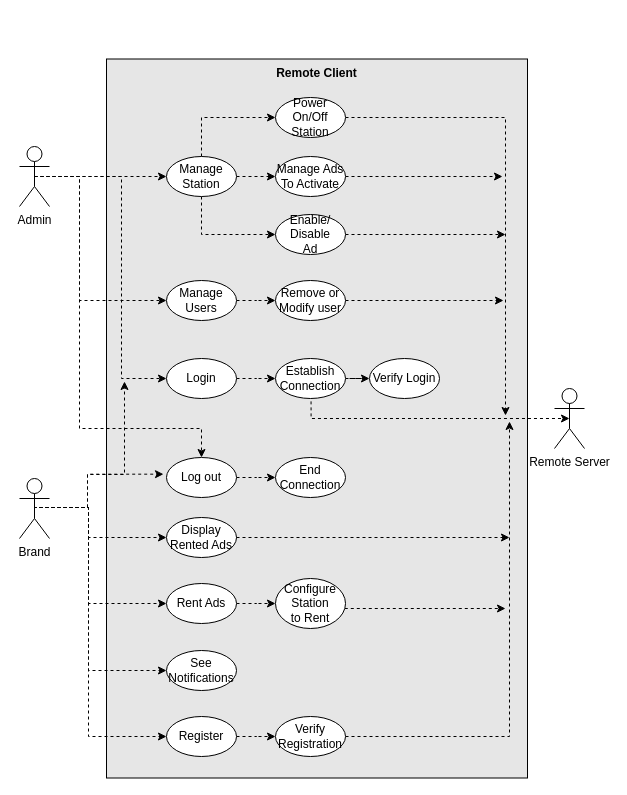
The draw.io diagram page "UseCases-rc" (3 of 4) of Proj/diags/MDO-Analysis.drawio in ElectroQuanta/MDO, before the edit. Source tidied: cells renumbered, new cells numbered last; positions are measured from the earlier drawing's top-left corner, leaving out a move shared by most shapes. Both pictures are drawn from the tidied source at 100%, with x=0, y=0 at pixel (19, 58).
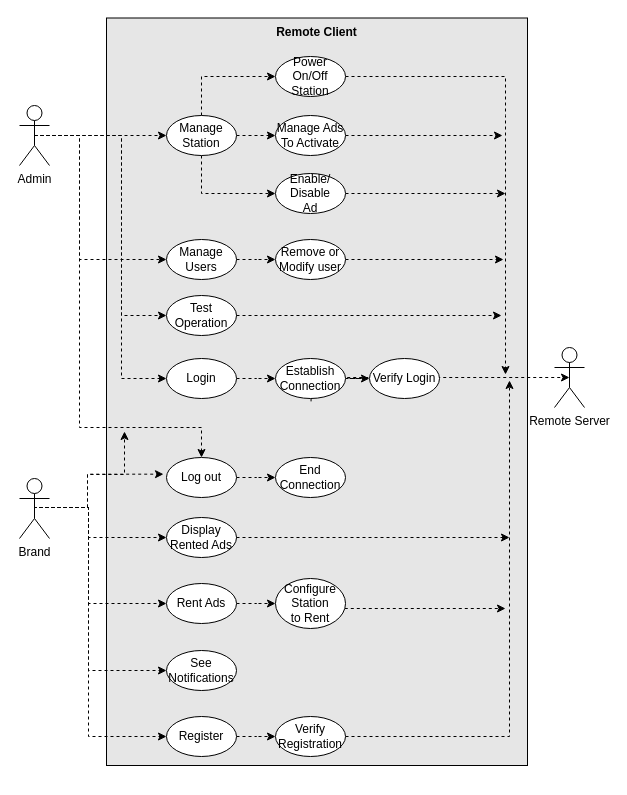
The same diagram, later.

Unchanged cells that the change refers to:
```xml
<mxCell id="21" value="Log out" style="ellipse;whiteSpace=wrap;html=1;fillColor=default;verticalAlign=middle;" parent="1" vertex="1">
  <mxGeometry x="147" y="399" width="70" height="40" as="geometry" />
</mxCell>
<mxCell id="28" value="Brand" style="shape=umlActor;verticalLabelPosition=bottom;verticalAlign=top;html=1;outlineConnect=0;fillColor=none;" parent="1" vertex="1">
  <mxGeometry y="420" width="30" height="60" as="geometry" />
</mxCell>
<mxCell id="41" value="Login" style="ellipse;whiteSpace=wrap;html=1;fillColor=default;verticalAlign=middle;" parent="1" vertex="1">
  <mxGeometry x="147" y="300" width="70" height="40" as="geometry" />
</mxCell>
<mxCell id="44" value="Establish &lt;br&gt;Connection" style="ellipse;whiteSpace=wrap;html=1;fillColor=default;verticalAlign=middle;" parent="1" vertex="1">
  <mxGeometry x="256" y="300" width="70" height="40" as="geometry" />
</mxCell>
<mxCell id="50" value="Verify Registration" style="ellipse;whiteSpace=wrap;html=1;fillColor=default;verticalAlign=middle;" parent="1" vertex="1">
  <mxGeometry x="256" y="658" width="70" height="40" as="geometry" />
</mxCell>
```

What changed in the source:
```diff
@@
     <mxCell id="2" value="&lt;b&gt;Remote Client&lt;/b&gt;" style="rounded=0;whiteSpace=wrap;html=1;fillColor=#E6E6E6;verticalAlign=top;labelBackgroundColor=none;labelBorderColor=none;" parent="1" vertex="1">
-      <mxGeometry x="87" y="0.5" width="421" height="719" as="geometry" />
+      <mxGeometry x="87" y="-40.5" width="421" height="747.5" as="geometry" />
     </mxCell>
@@
     <mxCell id="4" style="edgeStyle=orthogonalEdgeStyle;rounded=0;jettySize=auto;html=1;exitX=0.5;exitY=0.5;exitDx=0;exitDy=0;exitPerimeter=0;dashed=1;entryX=0;entryY=0.5;entryDx=0;entryDy=0;" parent="1" edge="1" source="9" target="41">
       <mxGeometry relative="1" as="geometry">
         <Array as="points">
-          <mxPoint x="102" y="118" />
+          <mxPoint x="102" y="77" />
           <mxPoint x="102" y="320" />
         </Array>
       </mxGeometry>
     </mxCell>
     <mxCell id="5" style="edgeStyle=orthogonalEdgeStyle;rounded=0;jettySize=auto;html=1;exitX=0.5;exitY=0.5;exitDx=0;exitDy=0;exitPerimeter=0;dashed=1;entryX=0;entryY=0.5;entryDx=0;entryDy=0;" parent="1" edge="1" source="9" target="12">
       <mxGeometry relative="1" as="geometry">
         <Array as="points">
-          <mxPoint x="127" y="118" />
+          <mxPoint x="127" y="77" />
         </Array>
       </mxGeometry>
     </mxCell>
     <mxCell id="6" style="edgeStyle=orthogonalEdgeStyle;rounded=0;jettySize=auto;html=1;entryX=0;entryY=0.5;entryDx=0;entryDy=0;dashed=1;exitX=0.5;exitY=1;exitDx=0;exitDy=0;" parent="1" edge="1" source="12" target="18">
       <mxGeometry relative="1" as="geometry">
         <Array as="points">
-          <mxPoint x="182" y="176" />
+          <mxPoint x="182" y="135" />
         </Array>
       </mxGeometry>
     </mxCell>
     <mxCell id="7" style="edgeStyle=orthogonalEdgeStyle;rounded=0;jettySize=auto;html=1;exitX=0.5;exitY=0.5;exitDx=0;exitDy=0;exitPerimeter=0;entryX=0;entryY=0.5;entryDx=0;entryDy=0;dashed=1;" parent="1" edge="1" source="9" target="36">
       <mxGeometry relative="1" as="geometry">
         <Array as="points">
-          <mxPoint x="60" y="118" />
-          <mxPoint x="60" y="242" />
+          <mxPoint x="60" y="77" />
+          <mxPoint x="60" y="201" />
         </Array>
       </mxGeometry>
     </mxCell>
     <mxCell id="8" style="edgeStyle=orthogonalEdgeStyle;rounded=0;jettySize=auto;html=1;exitX=0.5;exitY=0.5;exitDx=0;exitDy=0;exitPerimeter=0;dashed=1;entryX=0.5;entryY=0;entryDx=0;entryDy=0;" parent="1" edge="1" source="9" target="21">
       <mxGeometry relative="1" as="geometry">
         <Array as="points">
-          <mxPoint x="60" y="118" />
-          <mxPoint x="60" y="370" />
-          <mxPoint x="182" y="370" />
+          <mxPoint x="60" y="77" />
+          <mxPoint x="60" y="369" />
+          <mxPoint x="182" y="369" />
         </Array>
       </mxGeometry>
     </mxCell>
     <mxCell id="9" value="Admin" style="shape=umlActor;verticalLabelPosition=bottom;verticalAlign=top;html=1;outlineConnect=0;fillColor=none;" parent="1" vertex="1">
-      <mxGeometry y="88" width="30" height="60" as="geometry" />
+      <mxGeometry y="47" width="30" height="60" as="geometry" />
     </mxCell>
     <mxCell id="10" style="edgeStyle=orthogonalEdgeStyle;rounded=0;jettySize=auto;html=1;dashed=1;exitX=0.5;exitY=0;exitDx=0;exitDy=0;entryX=0;entryY=0.5;entryDx=0;entryDy=0;" parent="1" edge="1" source="12" target="14">
       <mxGeometry relative="1" as="geometry">
         <Array as="points">
-          <mxPoint x="182" y="59" />
+          <mxPoint x="182" y="18" />
         </Array>
       </mxGeometry>
     </mxCell>
@@
     <mxCell id="12" value="Manage Station" style="ellipse;whiteSpace=wrap;html=1;fillColor=default;verticalAlign=middle;" parent="1" vertex="1">
-      <mxGeometry x="147" y="98" width="70" height="40" as="geometry" />
+      <mxGeometry x="147" y="57" width="70" height="40" as="geometry" />
     </mxCell>
     <mxCell id="13" style="edgeStyle=orthogonalEdgeStyle;rounded=0;jettySize=auto;html=1;dashed=1;fontSize=9;" parent="1" edge="1" source="14">
       <mxGeometry relative="1" as="geometry">
-        <mxPoint x="486" y="357" as="targetPoint" />
+        <mxPoint x="486" y="316" as="targetPoint" />
         <Array as="points">
-          <mxPoint x="486" y="98" />
-          <mxPoint x="486" y="373" />
+          <mxPoint x="486" y="57" />
+          <mxPoint x="486" y="332" />
         </Array>
       </mxGeometry>
     </mxCell>
     <mxCell id="14" value="Power On/Off Station" style="ellipse;whiteSpace=wrap;html=1;fillColor=default;verticalAlign=middle;" parent="1" vertex="1">
-      <mxGeometry x="256" y="39" width="70" height="40" as="geometry" />
+      <mxGeometry x="256" y="-2" width="70" height="40" as="geometry" />
     </mxCell>
     <mxCell id="15" style="edgeStyle=orthogonalEdgeStyle;rounded=0;jettySize=auto;html=1;dashed=1;" parent="1" edge="1" source="16">
       <mxGeometry relative="1" as="geometry">
-        <mxPoint x="483" y="118" as="targetPoint" />
+        <mxPoint x="483" y="77" as="targetPoint" />
         <Array as="points">
-          <mxPoint x="483" y="118" />
+          <mxPoint x="483" y="77" />
         </Array>
       </mxGeometry>
     </mxCell>
     <mxCell id="16" value="Manage Ads To Activate" style="ellipse;whiteSpace=wrap;html=1;fillColor=default;verticalAlign=middle;" parent="1" vertex="1">
-      <mxGeometry x="256" y="98" width="70" height="40" as="geometry" />
+      <mxGeometry x="256" y="57" width="70" height="40" as="geometry" />
     </mxCell>
     <mxCell id="17" style="edgeStyle=orthogonalEdgeStyle;rounded=0;jettySize=auto;html=1;dashed=1;fontSize=9;" parent="1" edge="1" source="18">
       <mxGeometry relative="1" as="geometry">
-        <mxPoint x="486" y="176" as="targetPoint" />
+        <mxPoint x="486" y="135" as="targetPoint" />
         <Array as="points">
-          <mxPoint x="473" y="176" />
-          <mxPoint x="473" y="176" />
+          <mxPoint x="473" y="135" />
+          <mxPoint x="473" y="135" />
         </Array>
       </mxGeometry>
     </mxCell>
     <mxCell id="18" value="Enable/&lt;br&gt;Disable&lt;br&gt;Ad" style="ellipse;whiteSpace=wrap;html=1;fillColor=default;verticalAlign=middle;" parent="1" vertex="1">
-      <mxGeometry x="256" y="156" width="70" height="40" as="geometry" />
+      <mxGeometry x="256" y="115" width="70" height="40" as="geometry" />
     </mxCell>
     <mxCell id="19" style="edgeStyle=orthogonalEdgeStyle;rounded=0;orthogonalLoop=1;jettySize=auto;html=1;dashed=1;" parent="1" edge="1">
       <mxGeometry relative="1" as="geometry">
-        <mxPoint x="840" y="383" as="targetPoint" />
+        <mxPoint x="840" y="342" as="targetPoint" />
       </mxGeometry>
     </mxCell>
@@
     <mxCell id="22" style="edgeStyle=orthogonalEdgeStyle;rounded=0;jettySize=auto;html=1;exitX=0.5;exitY=0.5;exitDx=0;exitDy=0;exitPerimeter=0;dashed=1;" parent="1" edge="1" source="28">
       <mxGeometry relative="1" as="geometry">
-        <mxPoint x="105" y="323" as="targetPoint" />
+        <mxPoint x="105" y="373" as="targetPoint" />
         <Array as="points">
           <mxPoint x="68" y="449" />
           <mxPoint x="68" y="416" />
           <mxPoint x="105" y="416" />
         </Array>
       </mxGeometry>
     </mxCell>
@@
     <mxCell id="36" value="Manage Users" style="ellipse;whiteSpace=wrap;html=1;fillColor=default;verticalAlign=middle;" parent="1" vertex="1">
-      <mxGeometry x="147" y="222" width="70" height="40" as="geometry" />
+      <mxGeometry x="147" y="181" width="70" height="40" as="geometry" />
     </mxCell>
     <mxCell id="37" style="edgeStyle=orthogonalEdgeStyle;rounded=0;jettySize=auto;html=1;dashed=1;fontSize=9;" parent="1" edge="1" source="38">
       <mxGeometry relative="1" as="geometry">
-        <mxPoint x="484" y="242" as="targetPoint" />
+        <mxPoint x="484" y="201" as="targetPoint" />
         <Array as="points">
-          <mxPoint x="435" y="242" />
-          <mxPoint x="435" y="242" />
+          <mxPoint x="435" y="201" />
+          <mxPoint x="435" y="201" />
         </Array>
       </mxGeometry>
     </mxCell>
     <mxCell id="38" value="Remove or Modify user" style="ellipse;whiteSpace=wrap;html=1;fillColor=default;verticalAlign=middle;" parent="1" vertex="1">
-      <mxGeometry x="256" y="222" width="70" height="40" as="geometry" />
+      <mxGeometry x="256" y="181" width="70" height="40" as="geometry" />
     </mxCell>
     <mxCell id="39" value="Remote Server" style="shape=umlActor;verticalLabelPosition=bottom;verticalAlign=top;html=1;outlineConnect=0;fillColor=none;" parent="1" vertex="1">
-      <mxGeometry x="535" y="330" width="30" height="60" as="geometry" />
+      <mxGeometry x="535" y="289" width="30" height="60" as="geometry" />
     </mxCell>
@@
     <mxCell id="43" style="edgeStyle=orthogonalEdgeStyle;rounded=0;jettySize=auto;html=1;dashed=1;fontSize=9;entryX=0.5;entryY=0.5;entryDx=0;entryDy=0;entryPerimeter=0;exitX=0.508;exitY=1.072;exitDx=0;exitDy=0;exitPerimeter=0;" parent="1" edge="1" source="44" target="39">
       <mxGeometry relative="1" as="geometry">
         <Array as="points">
-          <mxPoint x="292" y="360" />
+          <mxPoint x="292" y="319" />
         </Array>
       </mxGeometry>
     </mxCell>
@@
     <mxCell id="48" style="edgeStyle=orthogonalEdgeStyle;rounded=0;jettySize=auto;html=1;dashed=1;exitX=1;exitY=0.5;exitDx=0;exitDy=0;" parent="1" edge="1" source="50">
       <mxGeometry relative="1" as="geometry">
-        <mxPoint x="490" y="363" as="targetPoint" />
+        <mxPoint x="490" y="322" as="targetPoint" />
         <Array as="points">
           <mxPoint x="490" y="678" />
         </Array>
       </mxGeometry>
     </mxCell>
@@
+    <mxCell id="51" value="Test Operation" style="ellipse;whiteSpace=wrap;html=1;fillColor=default;verticalAlign=middle;" parent="1" vertex="1">
+      <mxGeometry x="147" y="237" width="70" height="40" as="geometry" />
+    </mxCell>
+    <mxCell id="52" style="edgeStyle=orthogonalEdgeStyle;rounded=0;jettySize=auto;html=1;exitX=0.5;exitY=0.5;exitDx=0;exitDy=0;exitPerimeter=0;dashed=1;entryX=0;entryY=0.5;entryDx=0;entryDy=0;" parent="1" edge="1" source="9" target="51">
+      <mxGeometry relative="1" as="geometry">
+        <Array as="points">
+          <mxPoint x="102" y="77" />
+          <mxPoint x="102" y="257" />
+        </Array>
+      </mxGeometry>
+    </mxCell>
+    <mxCell id="53" style="edgeStyle=orthogonalEdgeStyle;rounded=0;jettySize=auto;html=1;exitX=1;exitY=0.5;exitDx=0;exitDy=0;dashed=1;" parent="1" edge="1" source="51">
+      <mxGeometry relative="1" as="geometry">
+        <mxPoint x="482" y="257" as="targetPoint" />
+        <Array as="points">
+          <mxPoint x="235" y="257" />
+          <mxPoint x="235" y="257" />
+        </Array>
+      </mxGeometry>
+    </mxCell>
```
